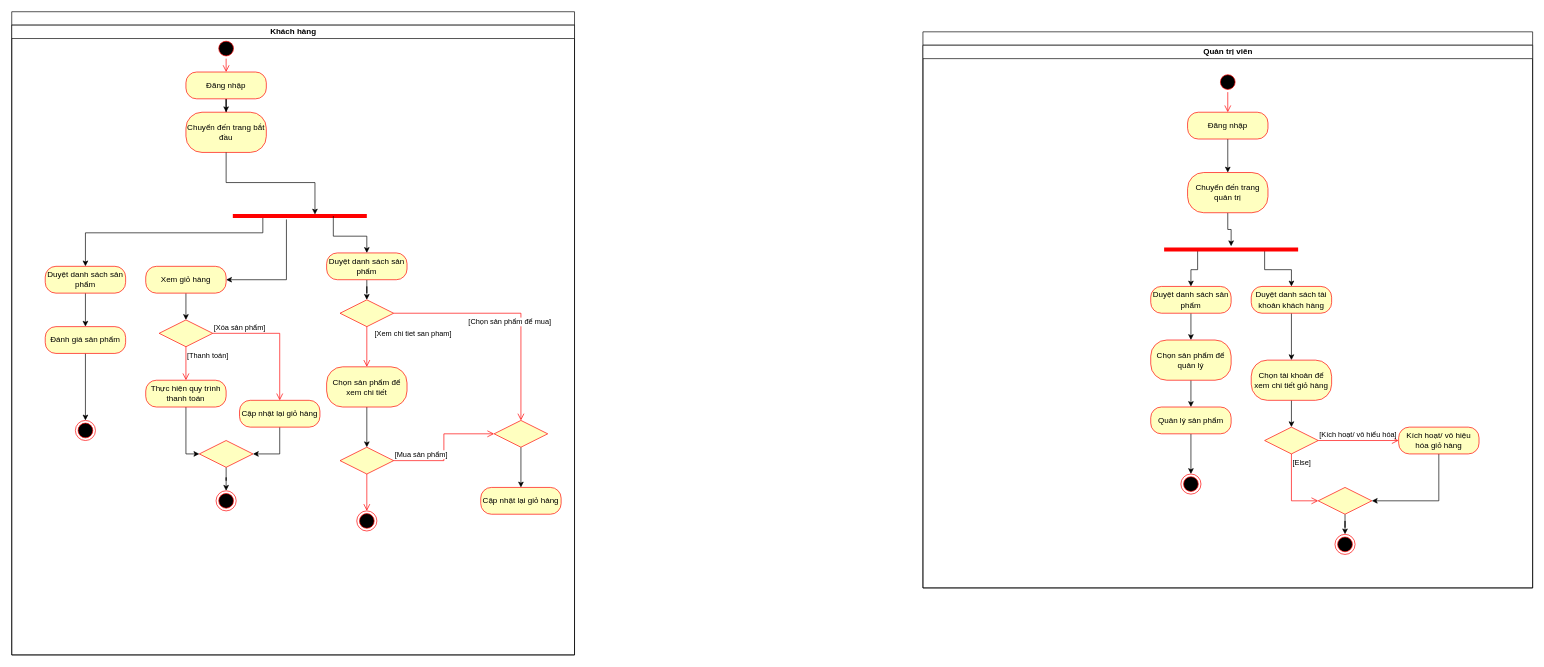
The draw.io diagram BaiTap2/quy-trinh-nghiep-vu-coolstore.drawio in Invilesaniris/KTPM-kiem-thu--2025-2026-HKI, before the edit. Source tidied: cells renumbered, new cells numbered last; positions are measured from the earlier drawing's top-left corner, leaving out a move shared by most shapes. Both pictures are drawn from the tidied source at 67%, with x=0, y=0 at pixel (11, 11).
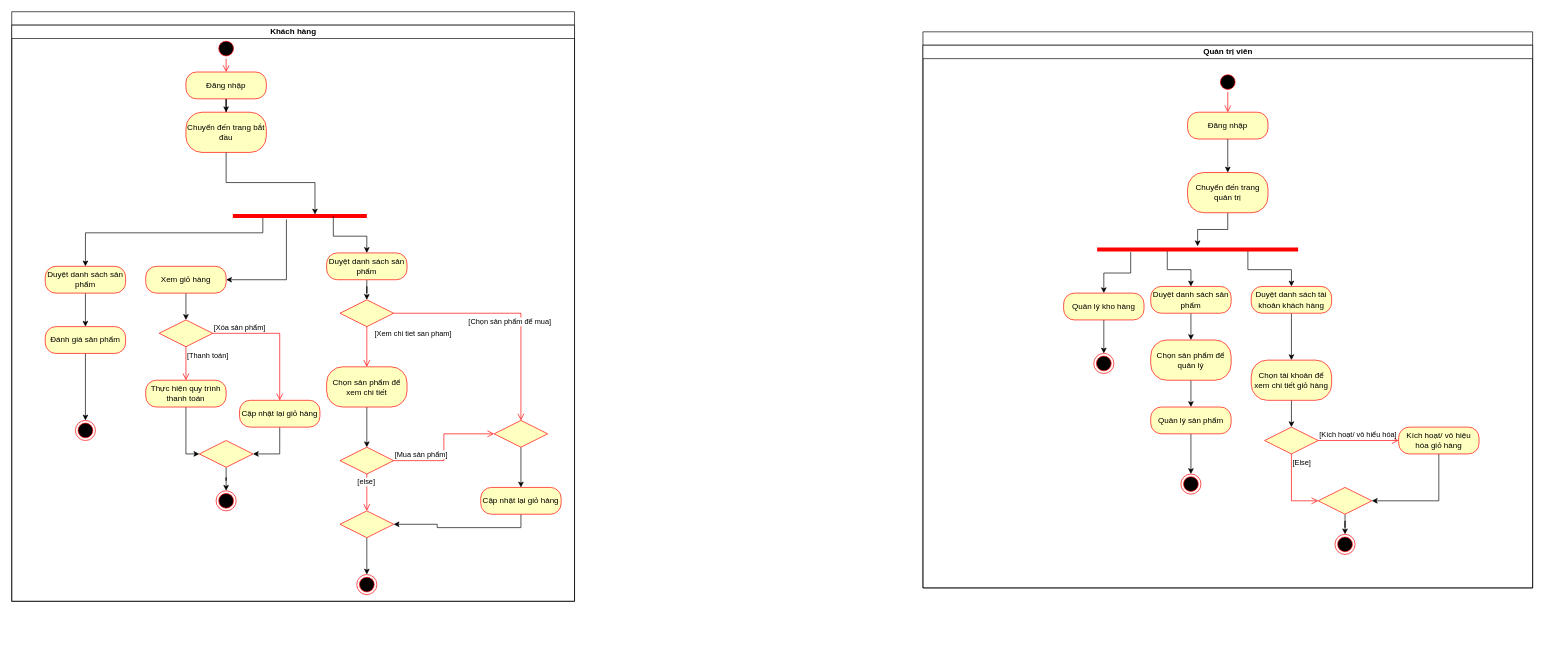
The same page after the edit.

Unchanged cells that the change refers to:
```xml
<mxCell id="3" value="Quản trị viên" style="swimlane;startSize=20;html=1;" parent="2" vertex="1">
  <mxGeometry y="20" width="910" height="810" as="geometry" />
</mxCell>
<mxCell id="17" value="Duyệt danh sách sản phẩm" style="rounded=1;whiteSpace=wrap;html=1;arcSize=40;fontColor=#000000;fillColor=#ffffc0;strokeColor=#ff0000;" parent="3" vertex="1">
  <mxGeometry x="340" y="360" width="120" height="40" as="geometry" />
</mxCell>
<mxCell id="45" style="rhombus;whiteSpace=wrap;html=1;fontColor=#000000;fillColor=#ffffc0;strokeColor=#ff0000;" parent="33" vertex="1">
  <mxGeometry x="490" y="630" width="80" height="40" as="geometry" />
</mxCell>
<mxCell id="48" value="Cập nhật lại giỏ hảng" style="rounded=1;whiteSpace=wrap;html=1;arcSize=40;fontColor=#000000;fillColor=#ffffc0;strokeColor=#ff0000;" parent="33" vertex="1">
  <mxGeometry x="700" y="690" width="120" height="40" as="geometry" />
</mxCell>
```

What changed in the source:
```diff
@@
-    <mxCell id="10" style="edgeStyle=orthogonalEdgeStyle;rounded=0;jettySize=auto;html=1;exitX=0.25;exitY=0.5;exitDx=0;exitDy=0;exitPerimeter=0;" parent="3" edge="1" source="12" target="17">
+    <mxCell id="10" style="edgeStyle=orthogonalEdgeStyle;rounded=0;jettySize=auto;html=1;exitX=0.349;exitY=0.394;exitDx=0;exitDy=0;exitPerimeter=0;" parent="3" edge="1" source="12" target="17">
       <mxGeometry relative="1" as="geometry" />
     </mxCell>
@@
+    <mxCell id="75" style="edgeStyle=orthogonalEdgeStyle;rounded=0;jettySize=auto;html=1;exitX=0.167;exitY=0.865;exitDx=0;exitDy=0;exitPerimeter=0;" parent="3" edge="1" source="12" target="77">
+      <mxGeometry relative="1" as="geometry" />
+    </mxCell>
     <mxCell id="12" style="shape=line;html=1;strokeWidth=6;strokeColor=#ff0000;" parent="3" vertex="1">
-      <mxGeometry x="360" y="300" width="200" height="10" as="geometry" />
+      <mxGeometry x="260" y="300" width="300" height="10" as="geometry" />
     </mxCell>
@@
+    <mxCell id="76" style="edgeStyle=orthogonalEdgeStyle;rounded=0;jettySize=auto;html=1;" parent="3" edge="1" source="77" target="78">
+      <mxGeometry relative="1" as="geometry" />
+    </mxCell>
+    <mxCell id="77" value="Quản lý kho hàng" style="rounded=1;whiteSpace=wrap;html=1;arcSize=40;fontColor=#000000;fillColor=#ffffc0;strokeColor=#ff0000;" parent="3" vertex="1">
+      <mxGeometry x="210" y="370" width="120" height="40" as="geometry" />
+    </mxCell>
+    <mxCell id="78" style="ellipse;html=1;shape=endState;fillColor=#000000;strokeColor=#ff0000;" parent="3" vertex="1">
+      <mxGeometry x="255" y="460" width="30" height="30" as="geometry" />
+    </mxCell>
     <mxCell id="32" style="swimlane;html=1;startSize=20;whiteSpace=wrap;" parent="1" vertex="1">
-      <mxGeometry width="840" height="960" as="geometry" />
+      <mxGeometry width="840" height="880" as="geometry" />
     </mxCell>
     <mxCell id="33" value="Khách hàng" style="swimlane;html=1;startSize=20;" parent="32" vertex="1">
-      <mxGeometry y="20" width="840" height="940" as="geometry" />
+      <mxGeometry y="20" width="840" height="860" as="geometry" />
     </mxCell>
@@
+    <mxCell id="79" style="edgeStyle=orthogonalEdgeStyle;rounded=0;jettySize=auto;html=1;exitX=0.5;exitY=1;exitDx=0;exitDy=0;" parent="33" edge="1" source="48" target="82">
+      <mxGeometry relative="1" as="geometry" />
+    </mxCell>
@@
     <mxCell id="56" style="ellipse;html=1;shape=endState;fillColor=#000000;strokeColor=#ff0000;" parent="33" vertex="1">
-      <mxGeometry x="515" y="725" width="30" height="30" as="geometry" />
+      <mxGeometry x="515" y="820" width="30" height="30" as="geometry" />
     </mxCell>
-    <mxCell id="57" style="edgeStyle=orthogonalEdgeStyle;html=1;align=left;verticalAlign=top;endArrow=open;endSize=8;strokeColor=#ff0000;rounded=0;" parent="33" edge="1" source="45" target="56">
+    <mxCell id="57" style="edgeStyle=orthogonalEdgeStyle;html=1;align=left;verticalAlign=top;endArrow=open;endSize=8;strokeColor=#ff0000;rounded=0;" parent="33" edge="1" source="45" target="82">
       <mxGeometry x="0.69" y="60" relative="1" as="geometry" />
     </mxCell>
+    <mxCell id="80" value="[else]" style="edgeLabel;html=1;align=center;verticalAlign=middle;" parent="57" vertex="1">
+      <mxGeometry x="-0.6" y="-2" relative="1" as="geometry" />
+    </mxCell>
@@
+    <mxCell id="81" style="edgeStyle=orthogonalEdgeStyle;rounded=0;jettySize=auto;html=1;" parent="33" edge="1" source="82" target="56">
+      <mxGeometry relative="1" as="geometry" />
+    </mxCell>
+    <mxCell id="82" style="rhombus;whiteSpace=wrap;html=1;fontColor=#000000;fillColor=#ffffc0;strokeColor=#ff0000;" parent="33" vertex="1">
+      <mxGeometry x="490" y="725" width="80" height="40" as="geometry" />
+    </mxCell>
```
